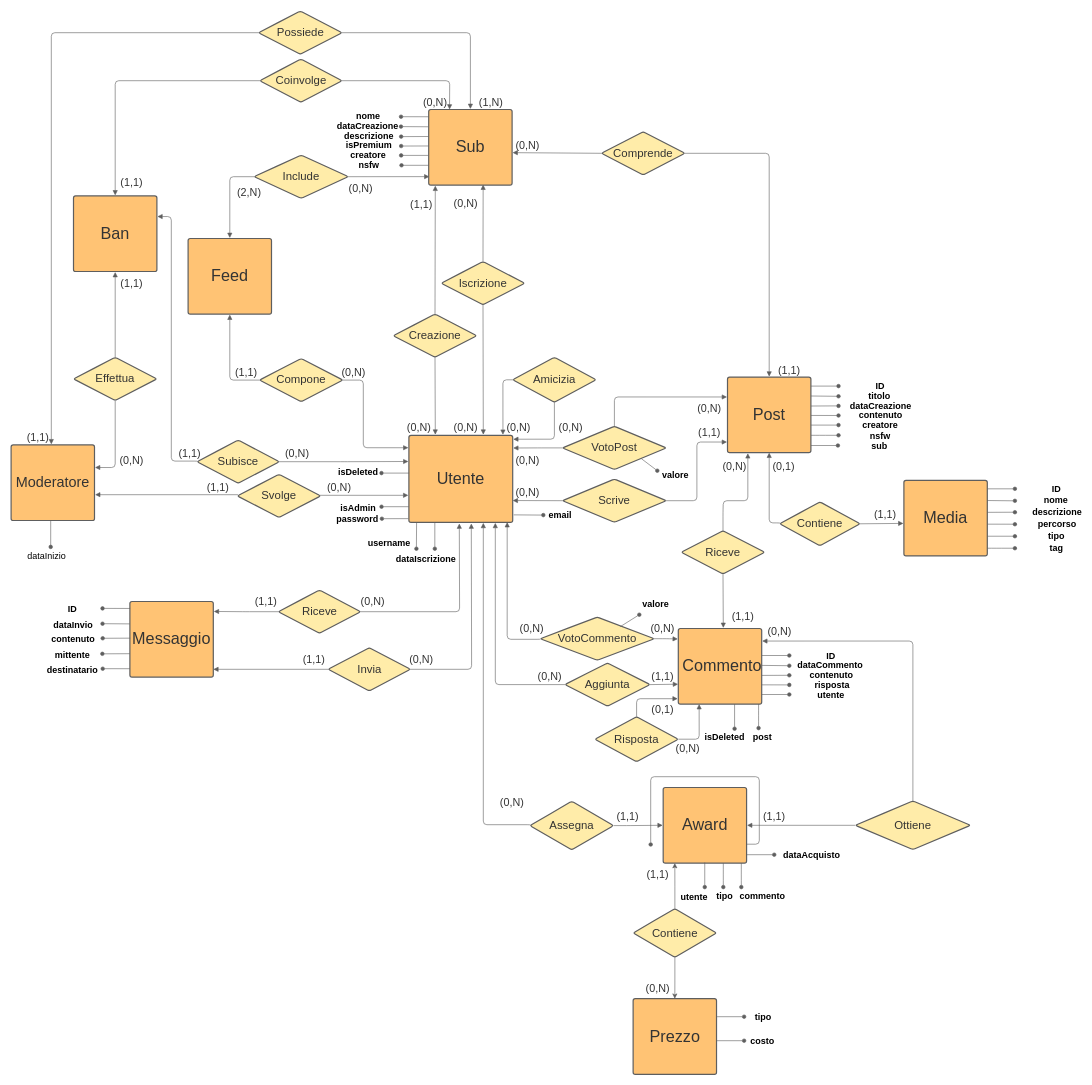
LucaPolese/Leddit keeps this draw.io diagram as Diagramma senza titolo.drawio. Above is the earlier version. Source tidied: cells renumbered, new cells numbered last; positions are measured from the earlier drawing's top-left corner, leaving out a move shared by most shapes. Both pictures are drawn from the tidied source at 60%, with x=0, y=0 at pixel (11, 11).
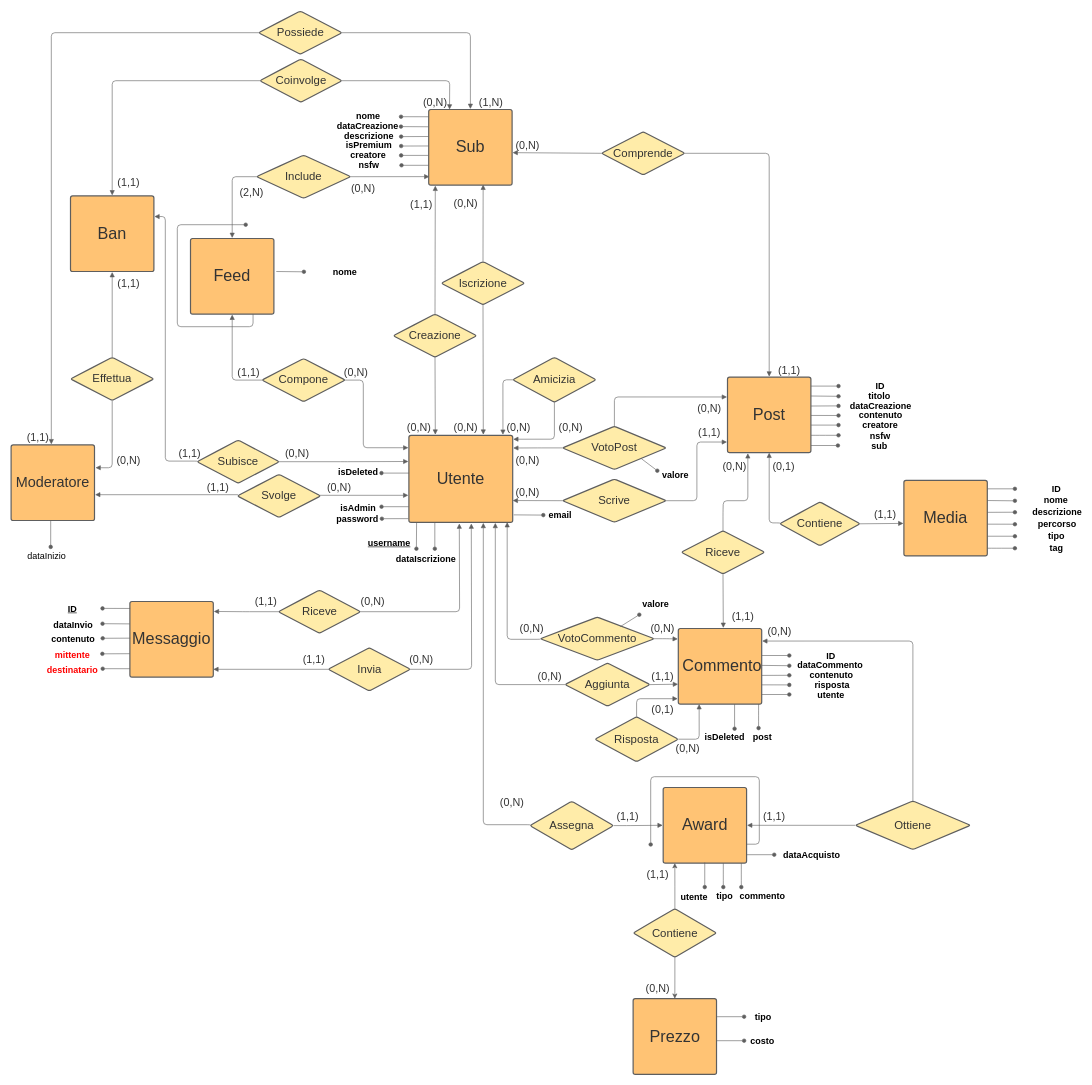
The same page after the edit.

Unchanged cells that the change refers to:
```xml
<mxCell id="28" value="Moderatore" style="html=1;overflow=block;blockSpacing=1;whiteSpace=wrap;whiteSpace=wrap;fontSize=24;fontColor=#333333;align=center;spacing=7;strokeColor=#5e5e5e;strokeOpacity=100;fillOpacity=100;rounded=1;absoluteArcSize=1;arcSize=7;fillColor=#ffc374;strokeWidth=2;" parent="1" vertex="1">
  <mxGeometry y="723" width="139" height="126" as="geometry" />
</mxCell>
<mxCell id="32" value="Subisce" style="html=1;overflow=block;blockSpacing=1;whiteSpace=wrap;rhombus;whiteSpace=wrap;fontSize=19;fontColor=#333333;align=center;spacing=3;strokeColor=#5e5e5e;strokeOpacity=100;fillOpacity=100;rounded=1;absoluteArcSize=1;arcSize=7;fillColor=#ffeca9;strokeWidth=2;" parent="1" vertex="1">
  <mxGeometry x="310" y="715" width="137" height="72" as="geometry" />
</mxCell>
<mxCell id="61" value="Messaggio" style="html=1;overflow=block;blockSpacing=1;whiteSpace=wrap;whiteSpace=wrap;fontSize=27;fontColor=#333333;align=center;spacing=3;strokeColor=#5e5e5e;strokeOpacity=100;fillOpacity=100;rounded=1;absoluteArcSize=1;arcSize=7;fillColor=#ffc374;strokeWidth=2;" parent="1" vertex="1">
  <mxGeometry x="198" y="984" width="139" height="126" as="geometry" />
</mxCell>
<mxCell id="125" style="endArrow=none;html=1;startArrow=oval;startFill=1;strokeColor=#5e5e5e;entryX=1.01;entryY=0.963;entryDx=0;entryDy=0;entryPerimeter=0;" parent="1" edge="1">
  <mxGeometry relative="1" as="geometry">
    <mxPoint x="887" y="840" as="sourcePoint" />
    <mxPoint x="837.7" y="839.6" as="targetPoint" />
  </mxGeometry>
</mxCell>
<mxCell id="131" style="endArrow=none;html=1;startArrow=oval;startFill=1;strokeColor=#5e5e5e;entryX=0.003;entryY=0.092;entryDx=0;entryDy=0;entryPerimeter=0;" parent="1" edge="1" target="61">
  <mxGeometry relative="1" as="geometry">
    <mxPoint x="152.4" y="995.5" as="sourcePoint" />
  </mxGeometry>
</mxCell>
```

The edit, as a diff of the source:
```diff
@@
     <mxCell id="27" value="Ban" style="html=1;overflow=block;blockSpacing=1;whiteSpace=wrap;whiteSpace=wrap;fontSize=27;fontColor=#333333;align=center;spacing=7;strokeColor=#5e5e5e;strokeOpacity=100;fillOpacity=100;rounded=1;absoluteArcSize=1;arcSize=7;fillColor=#ffc374;strokeWidth=2;" parent="1" vertex="1">
-      <mxGeometry x="104" y="308" width="139" height="126" as="geometry" />
+      <mxGeometry x="99" y="308" width="139" height="126" as="geometry" />
     </mxCell>
@@
     <mxCell id="29" value="Effettua" style="html=1;overflow=block;blockSpacing=1;whiteSpace=wrap;rhombus;whiteSpace=wrap;fontSize=19;fontColor=#333333;align=center;spacing=3;strokeColor=#5e5e5e;strokeOpacity=100;fillOpacity=100;rounded=1;absoluteArcSize=1;arcSize=7;fillColor=#ffeca9;strokeWidth=2;" parent="1" vertex="1">
-      <mxGeometry x="104" y="577" width="139" height="72" as="geometry" />
+      <mxGeometry x="99" y="577" width="139" height="72" as="geometry" />
     </mxCell>
@@
     <mxCell id="33" style="html=1;jettySize=18;whiteSpace=wrap;fontSize=11;strokeColor=#5E5E5E;rounded=1;arcSize=12;edgeStyle=orthogonalEdgeStyle;startArrow=none;endArrow=block;endFill=1;exitX=0.008;exitY=0.5;exitPerimeter=0;entryX=1.006;entryY=0.273;entryPerimeter=0;" parent="1" edge="1" source="32" target="27">
       <mxGeometry relative="1" as="geometry">
         <Array as="points">
-          <mxPoint x="267" y="750" />
-          <mxPoint x="267" y="342" />
+          <mxPoint x="257" y="750" />
+          <mxPoint x="257" y="342" />
         </Array>
       </mxGeometry>
     </mxCell>
@@
     <mxCell id="39" value="Feed" style="html=1;overflow=block;blockSpacing=1;whiteSpace=wrap;whiteSpace=wrap;fontSize=27;fontColor=#333333;align=center;spacing=7;strokeColor=#5e5e5e;strokeOpacity=100;fillOpacity=100;rounded=1;absoluteArcSize=1;arcSize=7;fillColor=#ffc374;strokeWidth=2;" parent="1" vertex="1">
-      <mxGeometry x="295" y="379" width="139" height="126" as="geometry" />
+      <mxGeometry x="299" y="379" width="139" height="126" as="geometry" />
     </mxCell>
     <mxCell id="40" value="Compone" style="html=1;overflow=block;blockSpacing=1;whiteSpace=wrap;rhombus;whiteSpace=wrap;fontSize=19;fontColor=#333333;align=center;spacing=3;strokeColor=#5e5e5e;strokeOpacity=100;fillOpacity=100;rounded=1;absoluteArcSize=1;arcSize=7;fillColor=#ffeca9;strokeWidth=2;" parent="1" vertex="1">
-      <mxGeometry x="414" y="579" width="139" height="72" as="geometry" />
+      <mxGeometry x="418" y="579" width="139" height="72" as="geometry" />
     </mxCell>
     <mxCell id="41" value="Include" style="html=1;overflow=block;blockSpacing=1;whiteSpace=wrap;rhombus;whiteSpace=wrap;fontSize=19;fontColor=#333333;align=center;spacing=3;strokeColor=#5e5e5e;strokeOpacity=100;fillOpacity=100;rounded=1;absoluteArcSize=1;arcSize=7;fillColor=#ffeca9;strokeWidth=2;" parent="1" vertex="1">
-      <mxGeometry x="405" y="240" width="157" height="72" as="geometry" />
+      <mxGeometry x="409" y="240" width="157" height="72" as="geometry" />
     </mxCell>
     <mxCell id="42" style="html=1;jettySize=18;whiteSpace=wrap;fontSize=11;strokeColor=#5E5E5E;rounded=1;arcSize=12;edgeStyle=orthogonalEdgeStyle;startArrow=none;endArrow=block;endFill=1;exitX=0.007;exitY=0.5;exitPerimeter=0;entryX=0.5;entryY=-0.007;entryPerimeter=0;" parent="1" edge="1" source="41" target="39">
       <mxGeometry relative="1" as="geometry">
         <Array as="points">
-          <mxPoint x="365" y="276" />
+          <mxPoint x="369" y="276" />
         </Array>
       </mxGeometry>
     </mxCell>
     <mxCell id="43" style="html=1;jettySize=18;whiteSpace=wrap;fontSize=11;strokeColor=#5E5E5E;rounded=1;arcSize=12;edgeStyle=orthogonalEdgeStyle;startArrow=none;endArrow=block;endFill=1;exitX=0.008;exitY=0.5;exitPerimeter=0;entryX=0.5;entryY=1.007;entryPerimeter=0;" parent="1" edge="1" source="40" target="39">
       <mxGeometry relative="1" as="geometry">
         <Array as="points">
-          <mxPoint x="365" y="615" />
+          <mxPoint x="369" y="615" />
         </Array>
       </mxGeometry>
     </mxCell>
@@
-    <mxCell id="72" style="html=1;jettySize=18;whiteSpace=wrap;fontSize=11;strokeColor=#5E5E5E;rounded=1;arcSize=12;edgeStyle=orthogonalEdgeStyle;startArrow=none;endArrow=block;endFill=1;exitX=0.5;exitY=0.998;exitPerimeter=0;entryX=1.006;entryY=0.299;entryPerimeter=0;" parent="1" edge="1" source="29" target="28">
-      <mxGeometry relative="1" as="geometry" />
+    <mxCell id="72" style="html=1;jettySize=18;whiteSpace=wrap;fontSize=11;strokeColor=#5E5E5E;rounded=1;arcSize=12;edgeStyle=orthogonalEdgeStyle;startArrow=none;endArrow=block;endFill=1;exitX=0.5;exitY=0.998;exitPerimeter=0;entryX=1.012;entryY=0.302;entryDx=0;entryDy=0;entryPerimeter=0;" parent="1" edge="1" source="29" target="28">
+      <mxGeometry relative="1" as="geometry">
+        <Array as="points">
+          <mxPoint x="169" y="761" />
+        </Array>
+      </mxGeometry>
     </mxCell>
@@
     <mxCell id="111" value="(0,N)" style="html=1;overflow=block;blockSpacing=1;whiteSpace=wrap;strokeColor=none;fillColor=none;whiteSpace=wrap;fontSize=18;fontColor=#333333;align=center;spacing=0;strokeOpacity=100;fillOpacity=100;rounded=1;absoluteArcSize=1;arcSize=7;strokeWidth=2;" parent="1" vertex="1">
-      <mxGeometry x="549.5" y="590" width="42" height="25" as="geometry" />
+      <mxGeometry x="553.5" y="590" width="42" height="25" as="geometry" />
     </mxCell>
     <mxCell id="112" value="(1,1)" style="html=1;overflow=block;blockSpacing=1;whiteSpace=wrap;strokeColor=none;fillColor=none;whiteSpace=wrap;fontSize=18;fontColor=#333333;align=center;spacing=0;strokeOpacity=100;fillOpacity=100;rounded=1;absoluteArcSize=1;arcSize=7;strokeWidth=2;" parent="1" vertex="1">
-      <mxGeometry x="370.5" y="590" width="42" height="25" as="geometry" />
+      <mxGeometry x="374.5" y="590" width="42" height="25" as="geometry" />
     </mxCell>
     <mxCell id="113" value="(2,N)" style="html=1;overflow=block;blockSpacing=1;whiteSpace=wrap;strokeColor=none;fillColor=none;whiteSpace=wrap;fontSize=18;fontColor=#333333;align=center;spacing=0;strokeOpacity=100;fillOpacity=100;rounded=1;absoluteArcSize=1;arcSize=7;strokeWidth=2;" parent="1" vertex="1">
-      <mxGeometry x="375.5" y="290" width="42" height="25" as="geometry" />
+      <mxGeometry x="379.5" y="290" width="42" height="25" as="geometry" />
     </mxCell>
     <mxCell id="114" value="(0,N)" style="html=1;overflow=block;blockSpacing=1;whiteSpace=wrap;strokeColor=none;fillColor=none;whiteSpace=wrap;fontSize=18;fontColor=#333333;align=center;spacing=0;strokeOpacity=100;fillOpacity=100;rounded=1;absoluteArcSize=1;arcSize=7;strokeWidth=2;" parent="1" vertex="1">
-      <mxGeometry x="562" y="283" width="42" height="25" as="geometry" />
+      <mxGeometry x="566" y="283" width="42" height="25" as="geometry" />
     </mxCell>
@@
     <mxCell id="117" value="(0,N)" style="html=1;overflow=block;blockSpacing=1;whiteSpace=wrap;strokeColor=none;fillColor=none;whiteSpace=wrap;fontSize=18;fontColor=#333333;align=center;spacing=0;strokeOpacity=100;fillOpacity=100;rounded=1;absoluteArcSize=1;arcSize=7;strokeWidth=2;" parent="1" vertex="1">
-      <mxGeometry x="180" y="736" width="42" height="25" as="geometry" />
+      <mxGeometry x="175" y="736" width="42" height="25" as="geometry" />
     </mxCell>
     <mxCell id="118" value="(1,1)" style="html=1;overflow=block;blockSpacing=1;whiteSpace=wrap;strokeColor=none;fillColor=none;whiteSpace=wrap;fontSize=18;fontColor=#333333;align=center;spacing=0;strokeOpacity=100;fillOpacity=100;rounded=1;absoluteArcSize=1;arcSize=7;strokeWidth=2;" parent="1" vertex="1">
-      <mxGeometry x="180" y="441" width="42" height="25" as="geometry" />
+      <mxGeometry x="175" y="441" width="42" height="25" as="geometry" />
     </mxCell>
@@
     <mxCell id="122" value="(1,1)" style="html=1;overflow=block;blockSpacing=1;whiteSpace=wrap;strokeColor=none;fillColor=none;whiteSpace=wrap;fontSize=18;fontColor=#333333;align=center;spacing=0;strokeOpacity=100;fillOpacity=100;rounded=1;absoluteArcSize=1;arcSize=7;strokeWidth=2;" parent="1" vertex="1">
-      <mxGeometry x="180" y="273" width="42" height="25" as="geometry" />
+      <mxGeometry x="175" y="273" width="42" height="25" as="geometry" />
     </mxCell>
@@
-    <mxCell id="126" value="username" style="edgeLabel;html=1;align=center;verticalAlign=middle;fontSize=15;fontStyle=1;" parent="125" vertex="1">
+    <mxCell id="126" value="username" style="edgeLabel;html=1;align=center;verticalAlign=middle;fontSize=15;fontStyle=5;" parent="125" vertex="1">
       <mxGeometry x="-0.49" relative="1" as="geometry">
         <mxPoint x="-244.4" y="46.1" as="offset" />
       </mxGeometry>
     </mxCell>
@@
-    <mxCell id="132" value="ID" style="edgeLabel;html=1;align=center;verticalAlign=middle;fontSize=15;fontStyle=1;" parent="131" vertex="1">
+    <mxCell id="132" value="ID" style="edgeLabel;html=1;align=center;verticalAlign=middle;fontSize=15;fontStyle=5;" parent="131" vertex="1">
       <mxGeometry x="-0.49" relative="1" as="geometry">
         <mxPoint x="-63.2" as="offset" />
       </mxGeometry>
     </mxCell>
@@
-    <mxCell id="135" style="endArrow=none;html=1;startArrow=oval;startFill=1;strokeColor=#5e5e5e;entryX=0;entryY=0.889;entryDx=0;entryDy=0;entryPerimeter=0;strokeWidth=1;" parent="1" edge="1" target="61">
+    <mxCell id="135" style="endArrow=none;html=1;startArrow=oval;startFill=1;strokeColor=#5e5e5e;entryX=0;entryY=0.889;entryDx=0;entryDy=0;entryPerimeter=0;strokeWidth=1;fontColor=#FF0000;" parent="1" edge="1" target="61">
       <mxGeometry relative="1" as="geometry">
         <mxPoint x="152.7" y="1096" as="sourcePoint" />
       </mxGeometry>
     </mxCell>
-    <mxCell id="136" value="destinatario" style="edgeLabel;html=1;align=center;verticalAlign=middle;fontSize=15;fontStyle=1;" parent="135" vertex="1">
+    <mxCell id="136" value="destinatario" style="edgeLabel;html=1;align=center;verticalAlign=middle;fontSize=15;fontStyle=1;fontColor=#FF0000;" parent="135" vertex="1">
       <mxGeometry x="-0.49" relative="1" as="geometry">
         <mxPoint x="-63.2" as="offset" />
       </mxGeometry>
     </mxCell>
@@
-    <mxCell id="145" style="endArrow=none;html=1;startArrow=oval;startFill=1;strokeColor=#5e5e5e;entryX=0.004;entryY=0.485;entryDx=0;entryDy=0;entryPerimeter=0;" parent="1" edge="1">
+    <mxCell id="145" style="endArrow=none;html=1;startArrow=oval;startFill=1;strokeColor=#5e5e5e;entryX=0.004;entryY=0.485;entryDx=0;entryDy=0;entryPerimeter=0;fontColor=#FF0000;" parent="1" edge="1">
       <mxGeometry relative="1" as="geometry">
         <mxPoint x="152.1" y="1071.2" as="sourcePoint" />
         <mxPoint x="198" y="1071" as="targetPoint" />
       </mxGeometry>
     </mxCell>
-    <mxCell id="146" value="mittente" style="edgeLabel;html=1;align=center;verticalAlign=middle;fontSize=15;fontStyle=1;" parent="145" vertex="1">
+    <mxCell id="146" value="mittente" style="edgeLabel;html=1;align=center;verticalAlign=middle;fontSize=15;fontStyle=1;fontColor=#FF0000;" parent="145" vertex="1">
       <mxGeometry x="-0.49" relative="1" as="geometry">
         <mxPoint x="-62.2" as="offset" />
       </mxGeometry>
     </mxCell>
@@
+    <mxCell id="221" style="endArrow=oval;html=1;startArrow=none;startFill=0;strokeColor=#5e5e5e;endFill=1;" parent="1" edge="1">
+      <mxGeometry relative="1" as="geometry">
+        <mxPoint x="442" y="434" as="sourcePoint" />
+        <mxPoint x="488" y="434.5" as="targetPoint" />
+      </mxGeometry>
+    </mxCell>
+    <mxCell id="222" value="nome" style="edgeLabel;html=1;align=center;verticalAlign=middle;fontSize=15;fontStyle=1;" parent="221" vertex="1">
+      <mxGeometry x="-0.49" relative="1" as="geometry">
+        <mxPoint x="101.3" y="-1" as="offset" />
+      </mxGeometry>
+    </mxCell>
+    <mxCell id="223" style="html=1;jettySize=18;whiteSpace=wrap;fontSize=11;strokeColor=#5E5E5E;rounded=1;arcSize=12;edgeStyle=orthogonalEdgeStyle;startArrow=none;endArrow=oval;endFill=1;exitX=0.75;exitY=1;exitDx=0;exitDy=0;" parent="1" edge="1" source="39">
+      <mxGeometry relative="1" as="geometry">
+        <mxPoint x="391" y="356" as="targetPoint" />
+        <Array as="points">
+          <mxPoint x="403" y="526" />
+          <mxPoint x="277" y="526" />
+          <mxPoint x="277" y="356" />
+        </Array>
+      </mxGeometry>
+    </mxCell>
```
